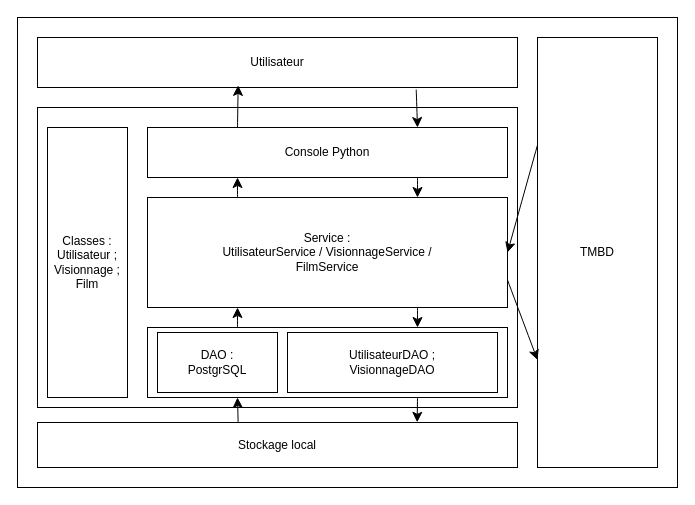
Above: doc/DiagrammeDeCouche.drawio in MathieuENSAI/Projet2A_V2 (draw.io), before the change. Source tidied: cells renumbered, new cells numbered last; positions are measured from the earlier drawing's top-left corner, leaving out a move shared by most shapes. Both pictures are drawn from the tidied source at 100%, with x=0, y=0 at pixel (17, 17).
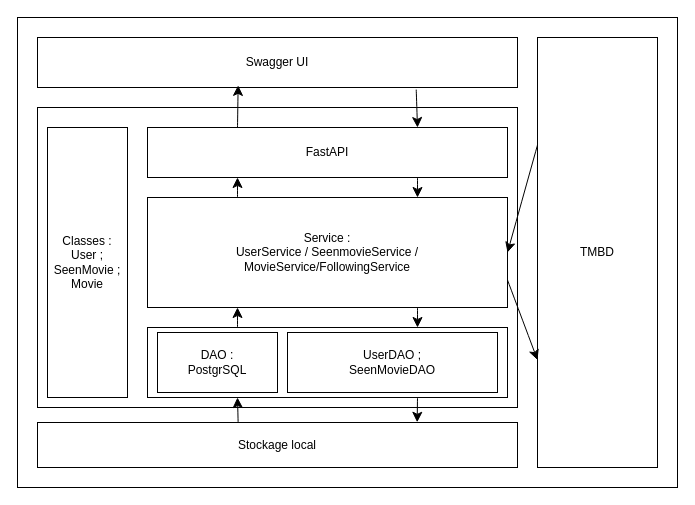
Above is the later version.

Commit message:
Mettre à jour DiagrammeDeCouche.drawio

The edit, as a diff of the source:
```diff
@@
-    <mxCell id="4" value="Utilisateur" style="rounded=0;whiteSpace=wrap;html=1;" parent="1" vertex="1">
+    <mxCell id="4" value="Swagger UI" style="rounded=0;whiteSpace=wrap;html=1;" parent="1" vertex="1">
       <mxGeometry x="20" y="20" width="480" height="50" as="geometry" />
     </mxCell>
@@
-    <mxCell id="7" value="Classes :&lt;div&gt;Utilisateur ;&lt;/div&gt;&lt;div&gt;Visionnage ;&lt;/div&gt;&lt;div&gt;Film&lt;/div&gt;" style="rounded=0;whiteSpace=wrap;html=1;" parent="1" vertex="1">
+    <mxCell id="7" value="Classes :&lt;div&gt;User ;&lt;/div&gt;&lt;div&gt;SeenMovie ;&lt;/div&gt;&lt;div&gt;Movie&lt;/div&gt;" style="rounded=0;whiteSpace=wrap;html=1;" parent="1" vertex="1">
       <mxGeometry x="30" y="110" width="80" height="270" as="geometry" />
     </mxCell>
@@
-    <mxCell id="9" value="Console Python" style="rounded=0;whiteSpace=wrap;html=1;" parent="1" vertex="1">
+    <mxCell id="9" value="FastAPI" style="rounded=0;whiteSpace=wrap;html=1;" parent="1" vertex="1">
       <mxGeometry x="130" y="110" width="360" height="50" as="geometry" />
     </mxCell>
@@
-    <mxCell id="13" value="Service :&lt;div&gt;UtilisateurService / VisionnageService /&lt;/div&gt;&lt;div&gt;FilmService&lt;/div&gt;" style="rounded=0;whiteSpace=wrap;html=1;" parent="1" vertex="1">
+    <mxCell id="13" value="Service :&lt;div&gt;UserService / SeenmovieService /&lt;/div&gt;&lt;div&gt;MovieService/FollowingService&lt;/div&gt;" style="rounded=0;whiteSpace=wrap;html=1;" parent="1" vertex="1">
       <mxGeometry x="130" y="180" width="360" height="110" as="geometry" />
     </mxCell>
@@
-    <mxCell id="22" value="UtilisateurDAO ;&lt;div&gt;VisionnageDAO&lt;/div&gt;" style="rounded=0;whiteSpace=wrap;html=1;" parent="1" vertex="1">
+    <mxCell id="22" value="UserDAO ;&lt;div&gt;SeenMovieDAO&lt;/div&gt;" style="rounded=0;whiteSpace=wrap;html=1;" parent="1" vertex="1">
       <mxGeometry x="270" y="315" width="210" height="60" as="geometry" />
     </mxCell>
```
